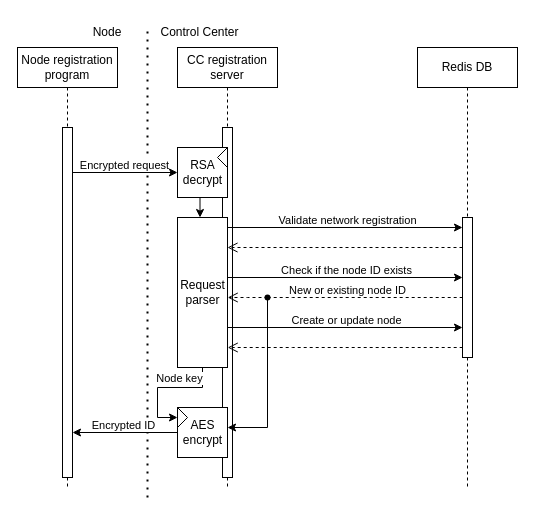
The draw.io diagram page "state-server" (4 of 8) of docs/media/drawio/ijam.drawio in michaelg29/JAMScript-OTA, before the edit. Source tidied: cells renumbered, new cells numbered last; positions are measured from the earlier drawing's top-left corner, leaving out a move shared by most shapes. Both pictures are drawn from the tidied source at 100%, with x=0, y=0 at pixel (17, 17).
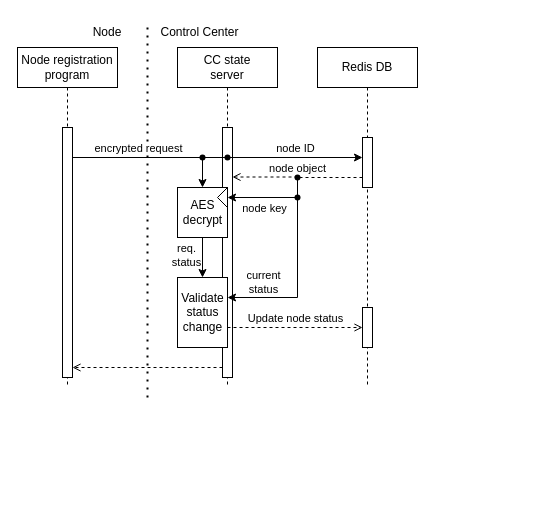
The same diagram, later.

Diff of the diagram source:
```diff
@@
     <mxCell id="2" style="endArrow=none;dashed=1;html=1;dashPattern=1 3;strokeWidth=2;rounded=0;labelBackgroundColor=#FFFFFF;" parent="1" edge="1">
       <mxGeometry relative="1" as="geometry">
-        <mxPoint x="130" y="480" as="sourcePoint" />
+        <mxPoint x="130" y="380" as="sourcePoint" />
         <mxPoint x="130" y="10" as="targetPoint" />
       </mxGeometry>
     </mxCell>
     <mxCell id="3" value="Node registration program" style="shape=umlLifeline;perimeter=lifelinePerimeter;whiteSpace=wrap;html=1;newEdgeStyle={&quot;edgeStyle&quot;:&quot;elbowEdgeStyle&quot;,&quot;elbow&quot;:&quot;vertical&quot;,&quot;curved&quot;:0,&quot;rounded&quot;:0};labelBackgroundColor=#FFFFFF;" parent="1" vertex="1">
-      <mxGeometry y="30" width="100" height="440" as="geometry" />
+      <mxGeometry y="30" width="100" height="340" as="geometry" />
     </mxCell>
     <mxCell id="4" style="html=1;perimeter=orthogonalPerimeter;targetShapes=umlLifeline;newEdgeStyle={&quot;edgeStyle&quot;:&quot;elbowEdgeStyle&quot;,&quot;elbow&quot;:&quot;vertical&quot;,&quot;curved&quot;:0,&quot;rounded&quot;:0};labelBackgroundColor=#FFFFFF;" parent="3" vertex="1">
-      <mxGeometry x="45" y="80" width="10" height="350" as="geometry" />
+      <mxGeometry x="45" y="80" width="10" height="250" as="geometry" />
     </mxCell>
-    <mxCell id="5" value="CC registration server" style="shape=umlLifeline;perimeter=lifelinePerimeter;whiteSpace=wrap;html=1;newEdgeStyle={&quot;edgeStyle&quot;:&quot;elbowEdgeStyle&quot;,&quot;elbow&quot;:&quot;vertical&quot;,&quot;curved&quot;:0,&quot;rounded&quot;:0};labelBackgroundColor=#FFFFFF;" parent="1" vertex="1">
-      <mxGeometry x="160" y="30" width="100" height="440" as="geometry" />
+    <mxCell id="5" value="CC state&lt;br&gt;server" style="shape=umlLifeline;perimeter=lifelinePerimeter;whiteSpace=wrap;html=1;newEdgeStyle={&quot;edgeStyle&quot;:&quot;elbowEdgeStyle&quot;,&quot;elbow&quot;:&quot;vertical&quot;,&quot;curved&quot;:0,&quot;rounded&quot;:0};labelBackgroundColor=#FFFFFF;" parent="1" vertex="1">
+      <mxGeometry x="160" y="30" width="100" height="340" as="geometry" />
     </mxCell>
     <mxCell id="6" style="html=1;points=[];perimeter=orthogonalPerimeter;outlineConnect=0;targetShapes=umlLifeline;portConstraint=eastwest;newEdgeStyle={&quot;edgeStyle&quot;:&quot;elbowEdgeStyle&quot;,&quot;elbow&quot;:&quot;vertical&quot;,&quot;curved&quot;:0,&quot;rounded&quot;:0};labelBackgroundColor=#FFFFFF;" parent="5" vertex="1">
-      <mxGeometry x="45" y="80" width="10" height="350" as="geometry" />
+      <mxGeometry x="45" y="80" width="10" height="250" as="geometry" />
     </mxCell>
-    <mxCell id="7" value="&lt;div&gt;RSA&lt;/div&gt;&lt;div&gt;decrypt&lt;br&gt;&lt;/div&gt;" style="html=1;points=[];perimeter=orthogonalPerimeter;outlineConnect=0;targetShapes=umlLifeline;portConstraint=eastwest;newEdgeStyle={&quot;edgeStyle&quot;:&quot;elbowEdgeStyle&quot;,&quot;elbow&quot;:&quot;vertical&quot;,&quot;curved&quot;:0,&quot;rounded&quot;:0};labelBackgroundColor=#FFFFFF;" parent="5" vertex="1">
-      <mxGeometry y="100" width="50" height="50" as="geometry" />
+    <mxCell id="7" value="&lt;div&gt;AES&lt;/div&gt;&lt;div&gt;decrypt&lt;br&gt;&lt;/div&gt;" style="html=1;points=[];perimeter=orthogonalPerimeter;outlineConnect=0;targetShapes=umlLifeline;portConstraint=eastwest;newEdgeStyle={&quot;edgeStyle&quot;:&quot;elbowEdgeStyle&quot;,&quot;elbow&quot;:&quot;vertical&quot;,&quot;curved&quot;:0,&quot;rounded&quot;:0};labelBackgroundColor=#FFFFFF;" parent="5" vertex="1">
+      <mxGeometry y="140" width="50" height="50" as="geometry" />
     </mxCell>
-    <mxCell id="8" value="&lt;div&gt;Request&lt;/div&gt;&lt;div&gt;parser&lt;/div&gt;" style="html=1;points=[];perimeter=orthogonalPerimeter;outlineConnect=0;targetShapes=umlLifeline;portConstraint=eastwest;newEdgeStyle={&quot;edgeStyle&quot;:&quot;elbowEdgeStyle&quot;,&quot;elbow&quot;:&quot;vertical&quot;,&quot;curved&quot;:0,&quot;rounded&quot;:0};labelBackgroundColor=#FFFFFF;" parent="5" vertex="1">
-      <mxGeometry y="170" width="50" height="150" as="geometry" />
-    </mxCell>
-    <mxCell id="9" value="&lt;div&gt;AES&lt;/div&gt;&lt;div&gt;encrypt&lt;br&gt;&lt;/div&gt;" style="html=1;points=[];perimeter=orthogonalPerimeter;outlineConnect=0;targetShapes=umlLifeline;portConstraint=eastwest;newEdgeStyle={&quot;edgeStyle&quot;:&quot;elbowEdgeStyle&quot;,&quot;elbow&quot;:&quot;vertical&quot;,&quot;curved&quot;:0,&quot;rounded&quot;:0};labelBackgroundColor=#FFFFFF;" parent="5" vertex="1">
-      <mxGeometry y="360" width="50" height="50" as="geometry" />
-    </mxCell>
+    <mxCell id="36" value="&lt;div&gt;Validate&lt;/div&gt;&lt;div&gt;status&lt;/div&gt;&lt;div&gt;change&lt;/div&gt;" style="html=1;points=[];perimeter=orthogonalPerimeter;outlineConnect=0;targetShapes=umlLifeline;portConstraint=eastwest;newEdgeStyle={&quot;edgeStyle&quot;:&quot;elbowEdgeStyle&quot;,&quot;elbow&quot;:&quot;vertical&quot;,&quot;curved&quot;:0,&quot;rounded&quot;:0};labelBackgroundColor=#FFFFFF;" parent="5" vertex="1">
+      <mxGeometry y="230" width="50" height="70" as="geometry" />
+    </mxCell>
+    <mxCell id="37" style="endArrow=classic;html=1;rounded=0;" parent="5" edge="1" source="7" target="36">
+      <mxGeometry relative="1" as="geometry" />
+    </mxCell>
+    <mxCell id="38" value="req.&lt;br&gt;status" style="edgeLabel;html=1;align=center;verticalAlign=middle;" parent="37" vertex="1">
+      <mxGeometry x="-0.14" relative="1" as="geometry">
+        <mxPoint x="-17" as="offset" />
+      </mxGeometry>
+    </mxCell>
@@
     <mxCell id="12" value="Redis DB" style="shape=umlLifeline;perimeter=lifelinePerimeter;whiteSpace=wrap;html=1;newEdgeStyle={&quot;edgeStyle&quot;:&quot;elbowEdgeStyle&quot;,&quot;elbow&quot;:&quot;vertical&quot;,&quot;curved&quot;:0,&quot;rounded&quot;:0};labelBackgroundColor=#FFFFFF;" parent="1" vertex="1">
-      <mxGeometry x="400" y="30" width="100" height="440" as="geometry" />
+      <mxGeometry x="300" y="30" width="100" height="340" as="geometry" />
     </mxCell>
     <mxCell id="13" style="html=1;points=[];perimeter=orthogonalPerimeter;outlineConnect=0;targetShapes=umlLifeline;portConstraint=eastwest;newEdgeStyle={&quot;edgeStyle&quot;:&quot;elbowEdgeStyle&quot;,&quot;elbow&quot;:&quot;vertical&quot;,&quot;curved&quot;:0,&quot;rounded&quot;:0};labelBackgroundColor=#FFFFFF;" parent="12" vertex="1">
-      <mxGeometry x="45" y="170" width="10" height="140" as="geometry" />
+      <mxGeometry x="45" y="90" width="10" height="50" as="geometry" />
     </mxCell>
+    <mxCell id="39" style="html=1;points=[];perimeter=orthogonalPerimeter;outlineConnect=0;targetShapes=umlLifeline;portConstraint=eastwest;newEdgeStyle={&quot;edgeStyle&quot;:&quot;elbowEdgeStyle&quot;,&quot;elbow&quot;:&quot;vertical&quot;,&quot;curved&quot;:0,&quot;rounded&quot;:0};labelBackgroundColor=#FFFFFF;" parent="12" vertex="1">
+      <mxGeometry x="45" y="260" width="10" height="40" as="geometry" />
+    </mxCell>
     <mxCell id="14" style="triangle;whiteSpace=wrap;html=1;rotation=-180;" parent="1" vertex="1">
-      <mxGeometry x="200" y="130" width="10" height="20" as="geometry" />
+      <mxGeometry x="200" y="170" width="10" height="20" as="geometry" />
     </mxCell>
-    <mxCell id="15" style="endArrow=classic;html=1;rounded=0;labelBackgroundColor=#FFFFFF;" parent="1" edge="1">
-      <mxGeometry relative="1" as="geometry">
-        <mxPoint x="55" y="155" as="sourcePoint" />
-        <mxPoint x="160" y="155" as="targetPoint" />
-      </mxGeometry>
+    <mxCell id="15" style="endArrow=none;html=1;rounded=0;labelBackgroundColor=#FFFFFF;entryX=0.268;entryY=0.724;entryDx=0;entryDy=0;entryPerimeter=0;endFill=0;" parent="1" edge="1" source="46" target="40">
+      <mxGeometry relative="1" as="geometry" />
     </mxCell>
-    <mxCell id="16" value="Encrypted request" style="edgeLabel;html=1;align=center;verticalAlign=middle;labelBackgroundColor=#FFFFFF;" parent="15" vertex="1">
-      <mxGeometry relative="1" as="geometry">
-        <mxPoint x="-2" y="-8" as="offset" />
-      </mxGeometry>
-    </mxCell>
-    <mxCell id="17" style="endArrow=none;html=1;rounded=0;exitX=0.299;exitY=0.583;exitDx=0;exitDy=0;exitPerimeter=0;endFill=0;startArrow=classic;startFill=1;" parent="1" edge="1" target="7">
-      <mxGeometry relative="1" as="geometry">
-        <mxPoint x="182.5" y="200" as="sourcePoint" />
-      </mxGeometry>
-    </mxCell>
-    <mxCell id="18" style="endArrow=classic;html=1;rounded=0;" parent="1" edge="1">
-      <mxGeometry relative="1" as="geometry">
-        <mxPoint x="210" y="210" as="sourcePoint" />
-        <mxPoint x="445" y="210" as="targetPoint" />
-      </mxGeometry>
-    </mxCell>
-    <mxCell id="19" value="Validate network registration" style="edgeLabel;html=1;align=center;verticalAlign=middle;" parent="18" vertex="1">
-      <mxGeometry relative="1" as="geometry">
-        <mxPoint x="1" y="-8" as="offset" />
-      </mxGeometry>
-    </mxCell>
-    <mxCell id="20" style="html=1;verticalAlign=bottom;endArrow=open;dashed=1;endSize=8;edgeStyle=elbowEdgeStyle;elbow=vertical;curved=0;rounded=0;labelBackgroundColor=#FFFFFF;" parent="1" edge="1">
-      <mxGeometry relative="1" as="geometry">
-        <mxPoint x="445" y="230" as="sourcePoint" />
-        <mxPoint x="210" y="230" as="targetPoint" />
-        <Array as="points">
-          <mxPoint x="275" y="230" />
-        </Array>
-      </mxGeometry>
-    </mxCell>
-    <mxCell id="21" style="endArrow=classic;html=1;rounded=0;" parent="1" edge="1">
-      <mxGeometry relative="1" as="geometry">
-        <mxPoint x="210.2" y="260" as="sourcePoint" />
-        <mxPoint x="445" y="260" as="targetPoint" />
-      </mxGeometry>
-    </mxCell>
-    <mxCell id="22" value="Check if the node ID exists" style="edgeLabel;html=1;align=center;verticalAlign=middle;" parent="21" vertex="1">
-      <mxGeometry relative="1" as="geometry">
-        <mxPoint x="1" y="-8" as="offset" />
-      </mxGeometry>
-    </mxCell>
-    <mxCell id="23" style="html=1;verticalAlign=bottom;endArrow=open;dashed=1;endSize=8;edgeStyle=elbowEdgeStyle;elbow=vertical;curved=0;rounded=0;labelBackgroundColor=#FFFFFF;" parent="1" edge="1" source="32">
-      <mxGeometry relative="1" as="geometry">
-        <mxPoint x="210.2" y="280" as="targetPoint" />
-      </mxGeometry>
-    </mxCell>
-    <mxCell id="24" style="endArrow=classic;html=1;rounded=0;" parent="1" edge="1">
-      <mxGeometry relative="1" as="geometry">
-        <mxPoint x="210.2" y="310" as="sourcePoint" />
-        <mxPoint x="445" y="310" as="targetPoint" />
-      </mxGeometry>
-    </mxCell>
-    <mxCell id="25" value="Create or update node" style="edgeLabel;html=1;align=center;verticalAlign=middle;" parent="24" vertex="1">
-      <mxGeometry relative="1" as="geometry">
-        <mxPoint x="1" y="-8" as="offset" />
-      </mxGeometry>
-    </mxCell>
-    <mxCell id="26" style="html=1;verticalAlign=bottom;endArrow=open;dashed=1;endSize=8;edgeStyle=elbowEdgeStyle;elbow=vertical;curved=0;rounded=0;labelBackgroundColor=#FFFFFF;" parent="1" edge="1">
-      <mxGeometry relative="1" as="geometry">
-        <mxPoint x="445.2" y="330" as="sourcePoint" />
-        <mxPoint x="210.2" y="330" as="targetPoint" />
-        <Array as="points">
-          <mxPoint x="275.2" y="330" />
-        </Array>
-      </mxGeometry>
-    </mxCell>
-    <mxCell id="27" style="triangle;whiteSpace=wrap;html=1;rotation=0;" parent="1" vertex="1">
-      <mxGeometry x="160" y="390" width="10" height="20" as="geometry" />
-    </mxCell>
-    <mxCell id="28" style="endArrow=none;html=1;rounded=0;exitX=0;exitY=0.5;exitDx=0;exitDy=0;startArrow=classic;startFill=1;" parent="1" edge="1" source="27" target="8">
-      <mxGeometry relative="1" as="geometry">
-        <Array as="points">
-          <mxPoint x="140" y="400" />
-          <mxPoint x="140" y="370" />
-          <mxPoint x="185" y="370" />
-        </Array>
-      </mxGeometry>
-    </mxCell>
-    <mxCell id="29" value="Node key" style="edgeLabel;html=1;align=center;verticalAlign=middle;" parent="28" vertex="1">
-      <mxGeometry x="0.21" relative="1" as="geometry">
-        <mxPoint x="1" y="-10" as="offset" />
-      </mxGeometry>
-    </mxCell>
-    <mxCell id="30" style="html=1;verticalAlign=bottom;endArrow=none;dashed=1;endSize=8;edgeStyle=elbowEdgeStyle;elbow=vertical;curved=0;rounded=0;labelBackgroundColor=#FFFFFF;endFill=0;" parent="1" edge="1" target="32">
-      <mxGeometry relative="1" as="geometry">
-        <mxPoint x="445.2" y="280" as="sourcePoint" />
-        <Array as="points">
-          <mxPoint x="275.2" y="280" />
-        </Array>
-      </mxGeometry>
-    </mxCell>
-    <mxCell id="31" value="New or existing node ID" style="edgeLabel;html=1;align=center;verticalAlign=middle;" parent="30" vertex="1">
-      <mxGeometry x="-0.01" y="-1" relative="1" as="geometry">
-        <mxPoint x="-19" y="-7" as="offset" />
-      </mxGeometry>
-    </mxCell>
-    <mxCell id="32" style="shape=waypoint;sketch=0;fillStyle=solid;size=6;points=[];fillColor=none;perimeter=centerPerimeter;snapToPoint=1;" parent="1" vertex="1">
-      <mxGeometry x="240" y="270" width="20" height="20" as="geometry" />
-    </mxCell>
-    <mxCell id="33" style="endArrow=classic;html=1;rounded=0;endFill=1;exitX=0.447;exitY=0.327;exitDx=0;exitDy=0;exitPerimeter=0;" parent="1" edge="1" source="32" target="9">
-      <mxGeometry relative="1" as="geometry">
-        <Array as="points">
-          <mxPoint x="250" y="410" />
-        </Array>
-      </mxGeometry>
-    </mxCell>
-    <mxCell id="34" style="endArrow=classic;html=1;rounded=0;labelBackgroundColor=#FFFFFF;" parent="1" edge="1" source="9">
-      <mxGeometry relative="1" as="geometry">
-        <mxPoint x="55" y="415" as="targetPoint" />
-      </mxGeometry>
-    </mxCell>
-    <mxCell id="35" value="Encrypted ID" style="edgeLabel;html=1;align=center;verticalAlign=middle;labelBackgroundColor=#FFFFFF;" parent="34" vertex="1">
-      <mxGeometry relative="1" as="geometry">
-        <mxPoint x="-2" y="-8" as="offset" />
-      </mxGeometry>
-    </mxCell>
+    <mxCell id="40" style="shape=waypoint;sketch=0;fillStyle=solid;size=6;points=[];fillColor=none;perimeter=centerPerimeter;snapToPoint=1;" parent="1" vertex="1">
+      <mxGeometry x="200" y="130" width="20" height="20" as="geometry" />
+    </mxCell>
+    <mxCell id="41" style="endArrow=classic;html=1;rounded=0;exitX=0.728;exitY=0.77;exitDx=0;exitDy=0;exitPerimeter=0;" parent="1" edge="1" source="40" target="13">
+      <mxGeometry relative="1" as="geometry" />
+    </mxCell>
+    <mxCell id="42" value="node ID" style="edgeLabel;html=1;align=center;verticalAlign=middle;" parent="41" vertex="1">
+      <mxGeometry x="-0.01" y="2" relative="1" as="geometry">
+        <mxPoint y="-8" as="offset" />
+      </mxGeometry>
+    </mxCell>
+    <mxCell id="43" style="endArrow=open;html=1;rounded=0;dashed=1;endFill=0;" parent="1" edge="1" target="6">
+      <mxGeometry relative="1" as="geometry">
+        <mxPoint x="280" y="159.5" as="sourcePoint" />
+      </mxGeometry>
+    </mxCell>
+    <mxCell id="44" style="endArrow=none;html=1;rounded=0;labelBackgroundColor=#FFFFFF;entryDx=0;entryDy=0;entryPerimeter=0;endFill=0;" parent="1" edge="1" target="46">
+      <mxGeometry relative="1" as="geometry">
+        <mxPoint x="55" y="140" as="sourcePoint" />
+      </mxGeometry>
+    </mxCell>
+    <mxCell id="45" value="encrypted request" style="edgeLabel;html=1;align=center;verticalAlign=middle;" parent="44" vertex="1">
+      <mxGeometry x="-0.03" relative="1" as="geometry">
+        <mxPoint x="2" y="-10" as="offset" />
+      </mxGeometry>
+    </mxCell>
+    <mxCell id="46" style="shape=waypoint;sketch=0;fillStyle=solid;size=6;points=[];fillColor=none;perimeter=centerPerimeter;snapToPoint=1;" parent="1" vertex="1">
+      <mxGeometry x="175" y="130" width="20" height="20" as="geometry" />
+    </mxCell>
+    <mxCell id="47" style="endArrow=classic;html=1;rounded=0;exitX=0.617;exitY=0.65;exitDx=0;exitDy=0;exitPerimeter=0;" parent="1" edge="1" source="46" target="7">
+      <mxGeometry relative="1" as="geometry" />
+    </mxCell>
+    <mxCell id="48" style="endArrow=none;html=1;rounded=0;dashed=1;endFill=0;" parent="1" edge="1" source="13" target="50">
+      <mxGeometry relative="1" as="geometry" />
+    </mxCell>
+    <mxCell id="49" value="node object" style="edgeLabel;html=1;align=center;verticalAlign=middle;" parent="48" vertex="1">
+      <mxGeometry x="-0.05" relative="1" as="geometry">
+        <mxPoint x="-35" y="-10" as="offset" />
+      </mxGeometry>
+    </mxCell>
+    <mxCell id="50" style="shape=waypoint;sketch=0;fillStyle=solid;size=6;points=[];fillColor=none;perimeter=centerPerimeter;snapToPoint=1;" parent="1" vertex="1">
+      <mxGeometry x="270" y="150" width="20" height="20" as="geometry" />
+    </mxCell>
+    <mxCell id="51" style="endArrow=classic;html=1;rounded=0;exitDx=0;exitDy=0;exitPerimeter=0;entryX=0;entryY=0.5;entryDx=0;entryDy=0;" parent="1" edge="1" source="54" target="14">
+      <mxGeometry relative="1" as="geometry">
+        <Array as="points">
+          <mxPoint x="280" y="180" />
+        </Array>
+      </mxGeometry>
+    </mxCell>
+    <mxCell id="52" value="node key" style="edgeLabel;html=1;align=center;verticalAlign=middle;" parent="51" vertex="1">
+      <mxGeometry x="-0.03" y="1" relative="1" as="geometry">
+        <mxPoint y="9" as="offset" />
+      </mxGeometry>
+    </mxCell>
+    <mxCell id="53" style="endArrow=none;html=1;rounded=0;exitX=1.2;exitY=0.561;exitDx=0;exitDy=0;exitPerimeter=0;entryDx=0;entryDy=0;endFill=0;" parent="1" edge="1" source="50" target="54">
+      <mxGeometry relative="1" as="geometry" />
+    </mxCell>
+    <mxCell id="54" style="shape=waypoint;sketch=0;fillStyle=solid;size=6;points=[];fillColor=none;perimeter=centerPerimeter;snapToPoint=1;" parent="1" vertex="1">
+      <mxGeometry x="270" y="170" width="20" height="20" as="geometry" />
+    </mxCell>
+    <mxCell id="55" style="endArrow=classic;html=1;rounded=0;exitX=0.348;exitY=0.701;exitDx=0;exitDy=0;exitPerimeter=0;" parent="1" edge="1" source="54" target="36">
+      <mxGeometry relative="1" as="geometry">
+        <Array as="points">
+          <mxPoint x="280" y="280" />
+        </Array>
+      </mxGeometry>
+    </mxCell>
+    <mxCell id="56" value="current&lt;br&gt;status" style="edgeLabel;html=1;align=center;verticalAlign=middle;" parent="55" vertex="1">
+      <mxGeometry x="0.6" relative="1" as="geometry">
+        <mxPoint x="1" y="-16" as="offset" />
+      </mxGeometry>
+    </mxCell>
+    <mxCell id="57" style="endArrow=open;html=1;rounded=0;exitX=0.728;exitY=0.77;exitDx=0;exitDy=0;exitPerimeter=0;dashed=1;endFill=0;" parent="1" edge="1" target="39">
+      <mxGeometry relative="1" as="geometry">
+        <mxPoint x="210" y="310" as="sourcePoint" />
+      </mxGeometry>
+    </mxCell>
+    <mxCell id="58" value="Update node status" style="edgeLabel;html=1;align=center;verticalAlign=middle;" parent="57" vertex="1">
+      <mxGeometry x="-0.01" y="2" relative="1" as="geometry">
+        <mxPoint y="-8" as="offset" />
+      </mxGeometry>
+    </mxCell>
+    <mxCell id="59" style="endArrow=open;html=1;rounded=0;dashed=1;endFill=0;" parent="1" edge="1">
+      <mxGeometry relative="1" as="geometry">
+        <mxPoint x="205" y="350" as="sourcePoint" />
+        <mxPoint x="55" y="350" as="targetPoint" />
+      </mxGeometry>
+    </mxCell>
```
